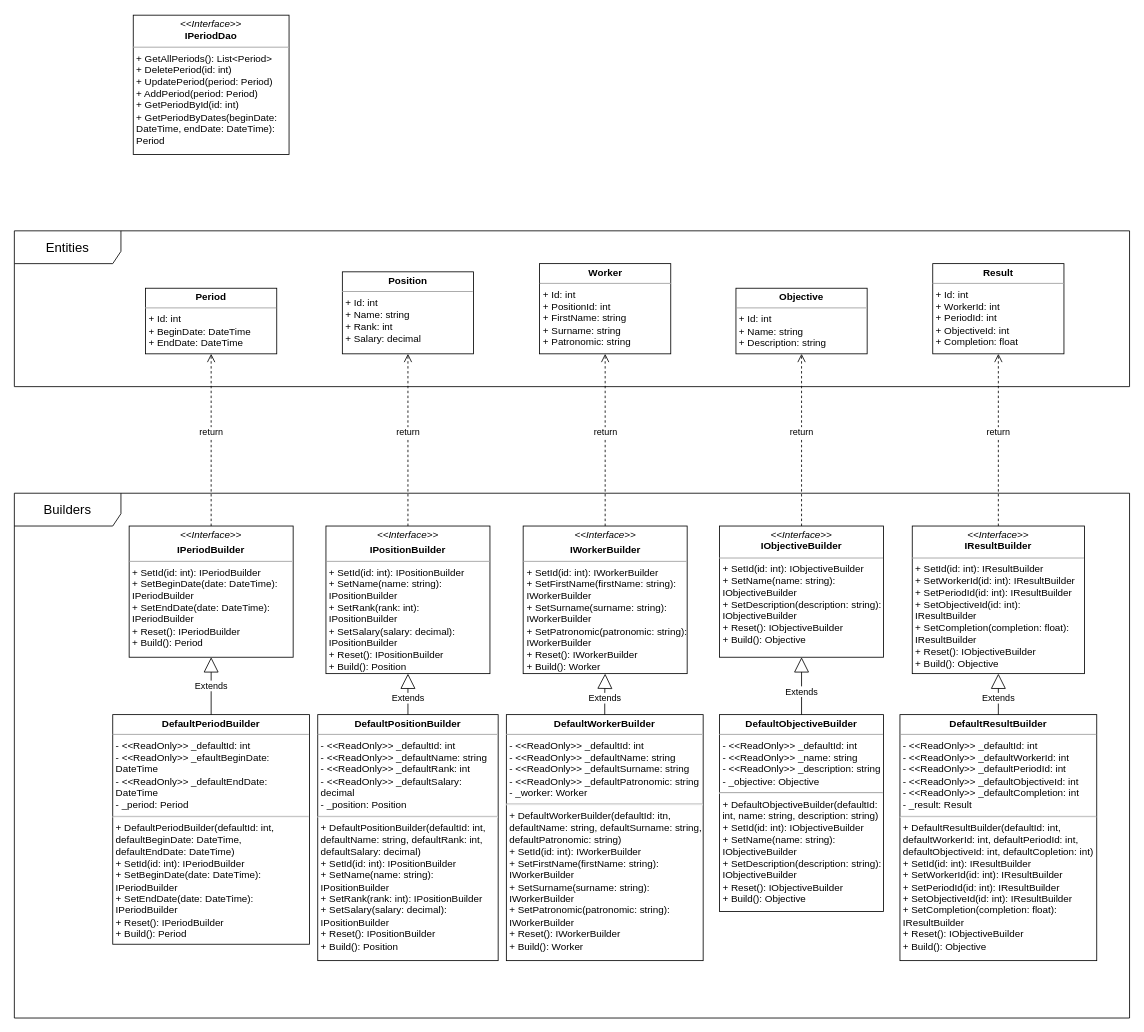
Above: TaPP_First_Practice_Design.drawio in Mehanari/TaPP_Designs (draw.io), before the change. Source tidied: cells renumbered, new cells numbered last; positions are measured from the earlier drawing's top-left corner, leaving out a move shared by most shapes. Both pictures are drawn from the tidied source at 82%, with x=0, y=0 at pixel (14, 15).
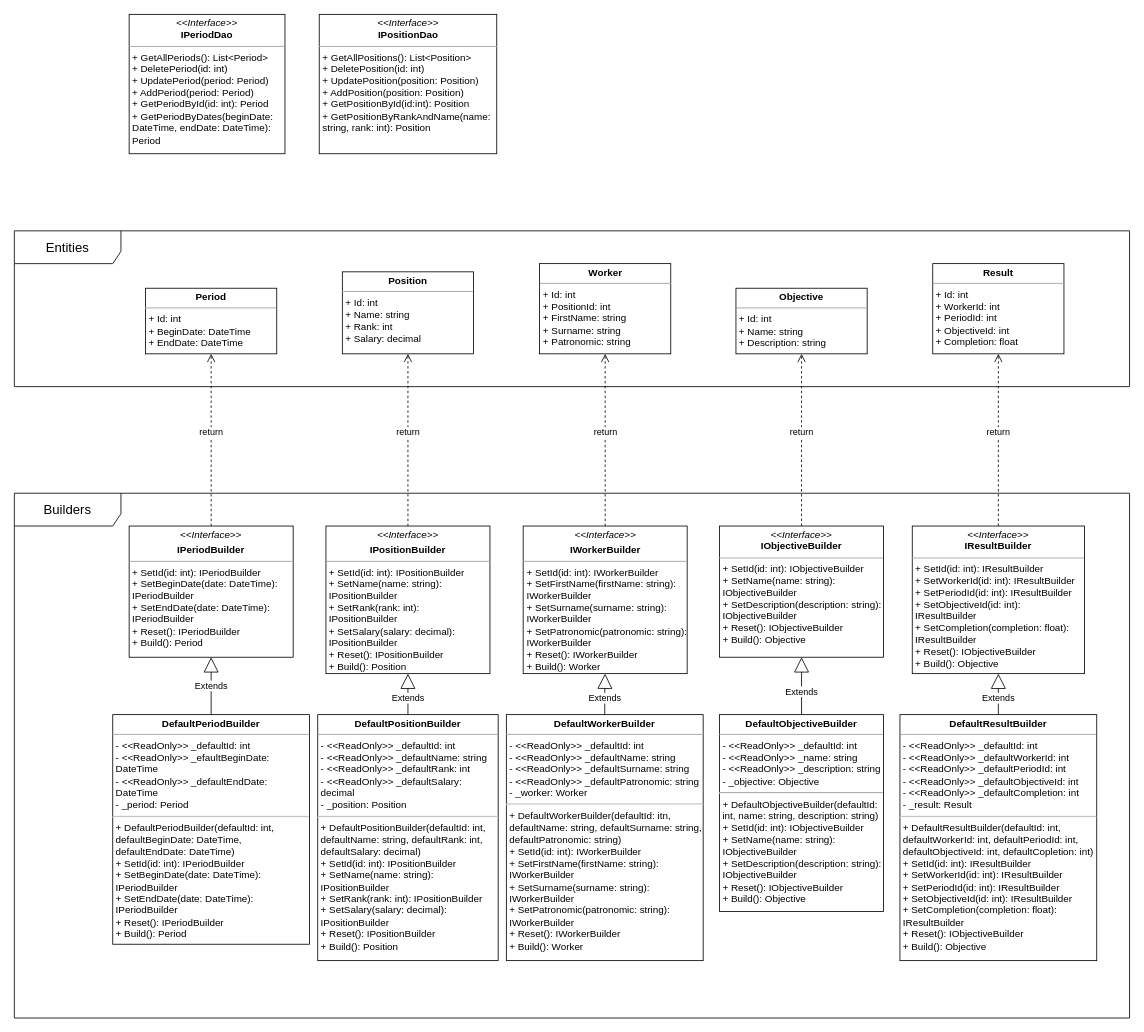
Above is the later version.

The edit, as a diff of the source:
```diff
@@
-    <mxCell id="29" value="&lt;p style=&quot;margin:0px;margin-top:4px;text-align:center;&quot;&gt;&lt;i&gt;&amp;lt;&amp;lt;Interface&amp;gt;&amp;gt;&lt;/i&gt;&lt;br&gt;&lt;b&gt;IPeriodDao&lt;/b&gt;&lt;/p&gt;&lt;hr size=&quot;1&quot;&gt;&lt;p style=&quot;margin:0px;margin-left:4px;&quot;&gt;+ GetAllPeriods(): List&amp;lt;Period&amp;gt;&lt;/p&gt;&lt;p style=&quot;margin:0px;margin-left:4px;&quot;&gt;+ DeletePeriod(id: int)&lt;/p&gt;&lt;p style=&quot;margin:0px;margin-left:4px;&quot;&gt;+ UpdatePeriod(period: Period)&lt;/p&gt;&lt;p style=&quot;margin:0px;margin-left:4px;&quot;&gt;+ AddPeriod(period: Period)&lt;/p&gt;&lt;p style=&quot;margin:0px;margin-left:4px;&quot;&gt;+ GetPeriodById(id: int)&lt;/p&gt;&lt;p style=&quot;margin:0px;margin-left:4px;&quot;&gt;+ GetPeriodByDates(beginDate: DateTime, endDate: DateTime): Period&lt;/p&gt;" style="verticalAlign=top;align=left;overflow=fill;fontSize=12;fontFamily=Helvetica;html=1;whiteSpace=wrap;" parent="1" vertex="1">
-      <mxGeometry x="145" width="190" height="170" as="geometry" />
+    <mxCell id="29" value="&lt;p style=&quot;margin:0px;margin-top:4px;text-align:center;&quot;&gt;&lt;i&gt;&amp;lt;&amp;lt;Interface&amp;gt;&amp;gt;&lt;/i&gt;&lt;br&gt;&lt;b&gt;IPeriodDao&lt;/b&gt;&lt;/p&gt;&lt;hr size=&quot;1&quot;&gt;&lt;p style=&quot;margin:0px;margin-left:4px;&quot;&gt;+ GetAllPeriods(): List&amp;lt;Period&amp;gt;&lt;/p&gt;&lt;p style=&quot;margin:0px;margin-left:4px;&quot;&gt;+ DeletePeriod(id: int)&lt;/p&gt;&lt;p style=&quot;margin:0px;margin-left:4px;&quot;&gt;+ UpdatePeriod(period: Period)&lt;/p&gt;&lt;p style=&quot;margin:0px;margin-left:4px;&quot;&gt;+ AddPeriod(period: Period)&lt;/p&gt;&lt;p style=&quot;margin:0px;margin-left:4px;&quot;&gt;+ GetPeriodById(id: int): Period&lt;/p&gt;&lt;p style=&quot;margin:0px;margin-left:4px;&quot;&gt;+ GetPeriodByDates(beginDate: DateTime, endDate: DateTime): Period&lt;/p&gt;" style="verticalAlign=top;align=left;overflow=fill;fontSize=12;fontFamily=Helvetica;html=1;whiteSpace=wrap;" parent="1" vertex="1">
+      <mxGeometry x="140" y="-1" width="190" height="170" as="geometry" />
     </mxCell>
+    <mxCell id="30" value="&lt;p style=&quot;margin:0px;margin-top:4px;text-align:center;&quot;&gt;&lt;i&gt;&amp;lt;&amp;lt;Interface&amp;gt;&amp;gt;&lt;/i&gt;&lt;br&gt;&lt;b&gt;IPositionDao&lt;/b&gt;&lt;/p&gt;&lt;hr size=&quot;1&quot;&gt;&lt;p style=&quot;margin:0px;margin-left:4px;&quot;&gt;+ GetAllPositions(): List&amp;lt;Position&amp;gt;&lt;/p&gt;&lt;p style=&quot;margin:0px;margin-left:4px;&quot;&gt;+ DeletePosition(id: int)&lt;/p&gt;&lt;p style=&quot;margin:0px;margin-left:4px;&quot;&gt;+ UpdatePosition(position: Position)&lt;/p&gt;&lt;p style=&quot;margin:0px;margin-left:4px;&quot;&gt;+ AddPosition(position: Position)&lt;/p&gt;&lt;p style=&quot;margin:0px;margin-left:4px;&quot;&gt;+ GetPositionById(id:int): Position&lt;/p&gt;&lt;p style=&quot;margin:0px;margin-left:4px;&quot;&gt;+ GetPositionByRankAndName(name: string, rank: int): Position&lt;/p&gt;" style="verticalAlign=top;align=left;overflow=fill;fontSize=12;fontFamily=Helvetica;html=1;whiteSpace=wrap;" parent="1" vertex="1">
+      <mxGeometry x="371.8" y="-1" width="216.5" height="170" as="geometry" />
+    </mxCell>
```
